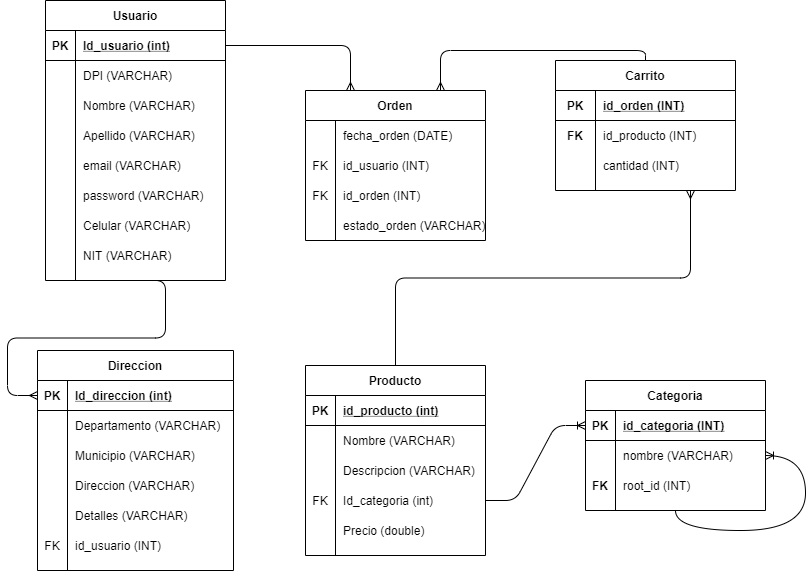
Before: Diagramas_y_Mockups/Diagrama_ER.png, a diagram exported from draw.io (elielbarrios/AyD_Proyecto_G5). Source tidied: cells renumbered, new cells last; positions are measured from the earlier drawing's top-left corner, leaving out a move shared by most shapes.
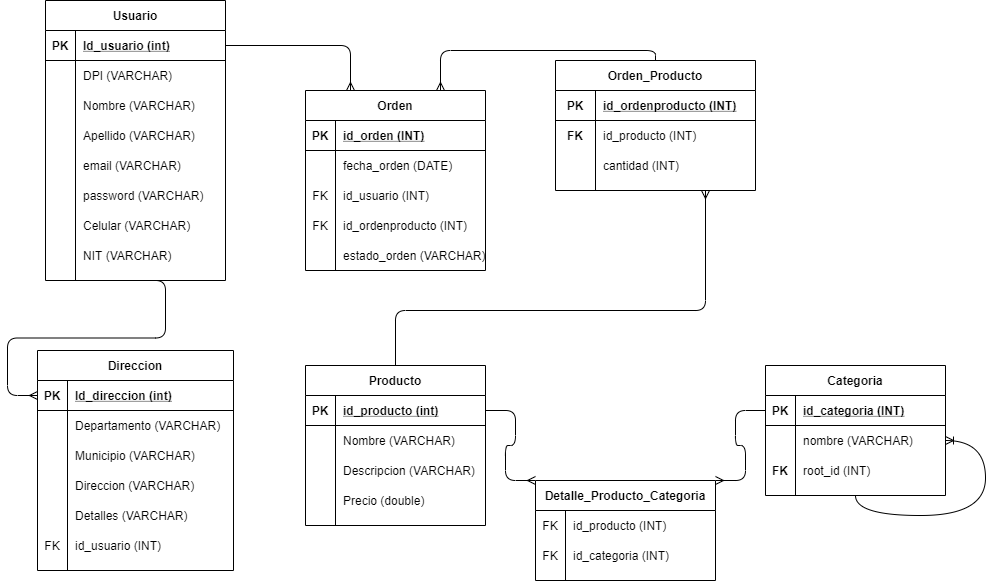
Later version of the same file.

Commit message:
Add Nuevo Diagrama

The edit, as a diff of the source:
```diff
@@ -80,14 +80,16 @@
     <mxCell id="27" style="edgeStyle=orthogonalEdgeStyle;fontSize=12;html=1;endArrow=ERmany;exitX=1;exitY=0.5;exitDx=0;exitDy=0;entryX=0.25;entryY=0;entryDx=0;entryDy=0;" parent="1" edge="1" source="3" target="67">
       <mxGeometry relative="1" as="geometry" />
     </mxCell>
-    <mxCell id="28" style="edgeStyle=entityRelationEdgeStyle;fontSize=12;html=1;endArrow=ERoneToMany;exitX=1;exitY=0.5;exitDx=0;exitDy=0;entryX=0;entryY=0.5;entryDx=0;entryDy=0;" parent="1" edge="1" source="61" target="91">
-      <mxGeometry relative="1" as="geometry" />
-    </mxCell>
     <mxCell id="29" style="edgeStyle=orthogonalEdgeStyle;fontSize=12;html=1;endArrow=ERmany;entryX=0.75;entryY=0;entryDx=0;entryDy=0;exitX=0.5;exitY=0;exitDx=0;exitDy=0;" parent="1" edge="1" source="80" target="67">
       <mxGeometry relative="1" as="geometry" />
     </mxCell>
     <mxCell id="30" style="edgeStyle=orthogonalEdgeStyle;fontSize=12;html=1;endArrow=ERmany;exitX=0.5;exitY=0;exitDx=0;exitDy=0;entryX=0.75;entryY=1;entryDx=0;entryDy=0;" parent="1" edge="1" source="51" target="80">
-      <mxGeometry relative="1" as="geometry" />
+      <mxGeometry relative="1" as="geometry">
+        <Array as="points">
+          <mxPoint x="358" y="310" />
+          <mxPoint x="668" y="310" />
+        </Array>
+      </mxGeometry>
     </mxCell>
     <mxCell id="31" style="edgeStyle=entityRelationEdgeStyle;fontSize=12;html=1;endArrow=ERmany;exitX=0.5;exitY=1;exitDx=0;exitDy=0;entryX=0;entryY=0.5;entryDx=0;entryDy=0;" parent="1" edge="1" source="2" target="33">
       <mxGeometry relative="1" as="geometry" />
@@ -150,7 +152,7 @@
       <mxGeometry x="30" width="166" height="30" as="geometry" />
     </mxCell>
     <mxCell id="51" value="Producto" style="shape=table;startSize=30;rowLines=0;fontStyle=1;align=center;" parent="1" vertex="1">
-      <mxGeometry x="268" y="365" width="180" height="190" as="geometry" />
+      <mxGeometry x="268" y="365" width="180" height="160" as="geometry" />
     </mxCell>
     <mxCell id="52" style="shape=partialRectangle;fillColor=none;top=0;left=0;bottom=1;right=0;points=[[0,0.5],[1,0.5]];portConstraint=eastwest;" parent="51" vertex="1">
       <mxGeometry y="30" width="180" height="30" as="geometry" />
@@ -179,17 +181,8 @@
     <mxCell id="60" value="Descripcion (VARCHAR)" style="shape=partialRectangle;fillColor=none;top=0;left=0;bottom=0;right=0;align=left;spacingLeft=6;overflow=hidden;" parent="58" vertex="1">
       <mxGeometry x="30" width="150" height="30" as="geometry" />
     </mxCell>
-    <mxCell id="61" style="shape=partialRectangle;fillColor=none;top=0;left=0;bottom=0;right=0;points=[[0,0.5],[1,0.5]];portConstraint=eastwest;" parent="51" vertex="1">
-      <mxGeometry y="120" width="180" height="30" as="geometry" />
-    </mxCell>
-    <mxCell id="62" value="FK" style="shape=partialRectangle;fillColor=none;top=0;left=0;bottom=0;right=0;overflow=hidden;" parent="61" vertex="1">
-      <mxGeometry width="30" height="30" as="geometry" />
-    </mxCell>
-    <mxCell id="63" value="Id_categoria (int)" style="shape=partialRectangle;fillColor=none;top=0;left=0;bottom=0;right=0;align=left;spacingLeft=6;overflow=hidden;" parent="61" vertex="1">
-      <mxGeometry x="30" width="150" height="30" as="geometry" />
-    </mxCell>
     <mxCell id="64" style="shape=partialRectangle;fillColor=none;top=0;left=0;bottom=0;right=0;" parent="51" vertex="1">
-      <mxGeometry y="150" width="180" height="30" as="geometry" />
+      <mxGeometry y="120" width="180" height="30" as="geometry" />
     </mxCell>
     <mxCell id="65" style="shape=partialRectangle;fillColor=none;top=0;left=0;bottom=0;right=0;overflow=hidden;" parent="64" vertex="1">
       <mxGeometry width="30" height="30" as="geometry" />
@@ -198,10 +191,19 @@
       <mxGeometry x="30" width="150" height="30" as="geometry" />
     </mxCell>
     <mxCell id="67" value="Orden" style="shape=table;startSize=30;rowLines=0;fontStyle=1;align=center;" parent="1" vertex="1">
-      <mxGeometry x="268" y="90" width="180" height="150" as="geometry" />
+      <mxGeometry x="268" y="90" width="180" height="180" as="geometry" />
     </mxCell>
+    <mxCell id="101" style="shape=partialRectangle;fillColor=none;top=0;left=0;bottom=1;right=0;" parent="67" vertex="1">
+      <mxGeometry y="30" width="180" height="30" as="geometry" />
+    </mxCell>
+    <mxCell id="102" value="PK" style="shape=partialRectangle;fillColor=none;top=0;left=0;bottom=0;right=0;fontStyle=1;overflow=hidden;" parent="101" vertex="1">
+      <mxGeometry width="30" height="30" as="geometry" />
+    </mxCell>
+    <mxCell id="103" value="id_orden (INT)" style="shape=partialRectangle;fillColor=none;top=0;left=0;bottom=0;right=0;align=left;spacingLeft=6;fontStyle=5;overflow=hidden;" parent="101" vertex="1">
+      <mxGeometry x="30" width="150" height="30" as="geometry" />
+    </mxCell>
     <mxCell id="68" style="shape=partialRectangle;fillColor=none;top=0;left=0;bottom=0;right=0;" parent="67" vertex="1">
-      <mxGeometry y="30" width="180" height="30" as="geometry" />
+      <mxGeometry y="60" width="180" height="30" as="geometry" />
     </mxCell>
     <mxCell id="69" style="shape=partialRectangle;fillColor=none;top=0;left=0;bottom=0;right=0;overflow=hidden;" parent="68" vertex="1">
       <mxGeometry width="30" height="30" as="geometry" />
@@ -210,7 +212,7 @@
       <mxGeometry x="30" width="150" height="30" as="geometry" />
     </mxCell>
     <mxCell id="71" style="shape=partialRectangle;fillColor=none;top=0;left=0;bottom=0;right=0;" parent="67" vertex="1">
-      <mxGeometry y="60" width="180" height="30" as="geometry" />
+      <mxGeometry y="90" width="180" height="30" as="geometry" />
     </mxCell>
     <mxCell id="72" value="FK" style="shape=partialRectangle;fillColor=none;top=0;left=0;bottom=0;right=0;fontStyle=0;overflow=hidden;" parent="71" vertex="1">
       <mxGeometry width="30" height="30" as="geometry" />
@@ -219,16 +221,16 @@
       <mxGeometry x="30" width="150" height="30" as="geometry" />
     </mxCell>
     <mxCell id="74" style="shape=partialRectangle;fillColor=none;top=0;left=0;bottom=0;right=0;" parent="67" vertex="1">
-      <mxGeometry y="90" width="180" height="30" as="geometry" />
+      <mxGeometry y="120" width="180" height="30" as="geometry" />
     </mxCell>
     <mxCell id="75" value="FK" style="shape=partialRectangle;fillColor=none;top=0;left=0;bottom=0;right=0;fontStyle=0;overflow=hidden;" parent="74" vertex="1">
       <mxGeometry width="30" height="30" as="geometry" />
     </mxCell>
-    <mxCell id="76" value="id_orden (INT)" style="shape=partialRectangle;fillColor=none;top=0;left=0;bottom=0;right=0;align=left;spacingLeft=6;fontStyle=0;overflow=hidden;" parent="74" vertex="1">
+    <mxCell id="76" value="id_ordenproducto (INT)" style="shape=partialRectangle;fillColor=none;top=0;left=0;bottom=0;right=0;align=left;spacingLeft=6;fontStyle=0;overflow=hidden;" parent="74" vertex="1">
       <mxGeometry x="30" width="150" height="30" as="geometry" />
     </mxCell>
     <mxCell id="77" style="shape=partialRectangle;fillColor=none;top=0;left=0;bottom=0;right=0;" parent="67" vertex="1">
-      <mxGeometry y="120" width="180" height="30" as="geometry" />
+      <mxGeometry y="150" width="180" height="30" as="geometry" />
     </mxCell>
     <mxCell id="78" style="shape=partialRectangle;fillColor=none;top=0;left=0;bottom=0;right=0;overflow=hidden;" parent="77" vertex="1">
       <mxGeometry width="30" height="30" as="geometry" />
@@ -236,38 +238,65 @@
     <mxCell id="79" value="estado_orden (VARCHAR)" style="shape=partialRectangle;fillColor=none;top=0;left=0;bottom=0;right=0;align=left;spacingLeft=6;overflow=hidden;" parent="77" vertex="1">
       <mxGeometry x="30" width="150" height="30" as="geometry" />
     </mxCell>
-    <mxCell id="80" value="Carrito" style="shape=table;startSize=30;rowLines=0;fontStyle=1;align=center;" parent="1" vertex="1">
-      <mxGeometry x="518" y="60" width="180" height="130" as="geometry" />
+    <mxCell id="80" value="Orden_Producto" style="shape=table;startSize=30;rowLines=0;fontStyle=1;align=center;" parent="1" vertex="1">
+      <mxGeometry x="518" y="60" width="200" height="130" as="geometry" />
     </mxCell>
     <mxCell id="81" style="shape=partialRectangle;fillColor=none;top=0;left=0;bottom=1;right=0;" parent="80" vertex="1">
-      <mxGeometry y="30" width="180" height="30" as="geometry" />
+      <mxGeometry y="30" width="200" height="30" as="geometry" />
     </mxCell>
     <mxCell id="82" value="PK" style="shape=partialRectangle;fillColor=none;top=0;left=0;bottom=0;right=0;fontStyle=1;overflow=hidden;" parent="81" vertex="1">
       <mxGeometry width="40" height="30" as="geometry" />
     </mxCell>
-    <mxCell id="83" value="id_orden (INT)" style="shape=partialRectangle;fillColor=none;top=0;left=0;bottom=0;right=0;align=left;spacingLeft=6;fontStyle=5;overflow=hidden;" parent="81" vertex="1">
-      <mxGeometry x="40" width="140" height="30" as="geometry" />
+    <mxCell id="83" value="id_ordenproducto (INT)" style="shape=partialRectangle;fillColor=none;top=0;left=0;bottom=0;right=0;align=left;spacingLeft=6;fontStyle=5;overflow=hidden;" parent="81" vertex="1">
+      <mxGeometry x="40" width="160" height="30" as="geometry" />
     </mxCell>
     <mxCell id="84" style="shape=partialRectangle;fillColor=none;top=0;left=0;bottom=0;right=0;" parent="80" vertex="1">
-      <mxGeometry y="60" width="180" height="30" as="geometry" />
+      <mxGeometry y="60" width="200" height="30" as="geometry" />
     </mxCell>
     <mxCell id="85" value="FK" style="shape=partialRectangle;fillColor=none;top=0;left=0;bottom=0;right=0;overflow=hidden;fontStyle=1;" parent="84" vertex="1">
       <mxGeometry width="40" height="30" as="geometry" />
     </mxCell>
     <mxCell id="86" value="id_producto (INT)" style="shape=partialRectangle;fillColor=none;top=0;left=0;bottom=0;right=0;align=left;spacingLeft=6;overflow=hidden;" parent="84" vertex="1">
-      <mxGeometry x="40" width="140" height="30" as="geometry" />
+      <mxGeometry x="40" width="160" height="30" as="geometry" />
     </mxCell>
     <mxCell id="87" style="shape=partialRectangle;fillColor=none;top=0;left=0;bottom=0;right=0;" parent="80" vertex="1">
-      <mxGeometry y="90" width="180" height="30" as="geometry" />
+      <mxGeometry y="90" width="200" height="30" as="geometry" />
     </mxCell>
     <mxCell id="88" style="shape=partialRectangle;fillColor=none;top=0;left=0;bottom=0;right=0;overflow=hidden;" parent="87" vertex="1">
       <mxGeometry width="40" height="30" as="geometry" />
     </mxCell>
     <mxCell id="89" value="cantidad (INT)" style="shape=partialRectangle;fillColor=none;top=0;left=0;bottom=0;right=0;align=left;spacingLeft=6;overflow=hidden;" parent="87" vertex="1">
-      <mxGeometry x="40" width="140" height="30" as="geometry" />
+      <mxGeometry x="40" width="160" height="30" as="geometry" />
     </mxCell>
+    <mxCell id="104" style="edgeStyle=entityRelationEdgeStyle;fontSize=12;html=1;endArrow=none;exitX=1;exitY=0;exitDx=0;exitDy=0;entryX=0;entryY=0.5;entryDx=0;entryDy=0;startArrow=ERmany;startFill=0;endFill=0;rounded=1;jumpStyle=none;sketch=0;" parent="1" edge="1" source="106" target="91">
+      <mxGeometry relative="1" as="geometry" />
+    </mxCell>
+    <mxCell id="105" style="edgeStyle=entityRelationEdgeStyle;fontSize=12;html=1;endArrow=ERmany;exitX=1;exitY=0.5;exitDx=0;exitDy=0;entryX=0;entryY=0;entryDx=0;entryDy=0;" parent="1" edge="1" source="52" target="106">
+      <mxGeometry relative="1" as="geometry" />
+    </mxCell>
+    <mxCell id="106" value="Detalle_Producto_Categoria" style="shape=table;startSize=30;rowLines=0;fontStyle=1;align=center;" parent="1" vertex="1">
+      <mxGeometry x="498" y="480" width="180" height="100" as="geometry" />
+    </mxCell>
+    <mxCell id="107" style="shape=partialRectangle;fillColor=none;top=0;left=0;bottom=0;right=0;" parent="106" vertex="1">
+      <mxGeometry y="30" width="180" height="30" as="geometry" />
+    </mxCell>
+    <mxCell id="108" value="FK" style="shape=partialRectangle;fillColor=none;top=0;left=0;bottom=0;right=0;fontStyle=0;overflow=hidden;" parent="107" vertex="1">
+      <mxGeometry width="30" height="30" as="geometry" />
+    </mxCell>
+    <mxCell id="109" value="id_producto (INT)" style="shape=partialRectangle;fillColor=none;top=0;left=0;bottom=0;right=0;align=left;spacingLeft=6;fontStyle=0;overflow=hidden;" parent="107" vertex="1">
+      <mxGeometry x="30" width="150" height="30" as="geometry" />
+    </mxCell>
+    <mxCell id="110" style="shape=partialRectangle;fillColor=none;top=0;left=0;bottom=0;right=0;" parent="106" vertex="1">
+      <mxGeometry y="60" width="180" height="30" as="geometry" />
+    </mxCell>
+    <mxCell id="111" value="FK" style="shape=partialRectangle;fillColor=none;top=0;left=0;bottom=0;right=0;fontStyle=0;overflow=hidden;" parent="110" vertex="1">
+      <mxGeometry width="30" height="30" as="geometry" />
+    </mxCell>
+    <mxCell id="112" value="id_categoria (INT)" style="shape=partialRectangle;fillColor=none;top=0;left=0;bottom=0;right=0;align=left;spacingLeft=6;fontStyle=0;overflow=hidden;" parent="110" vertex="1">
+      <mxGeometry x="30" width="150" height="30" as="geometry" />
+    </mxCell>
     <mxCell id="90" value="Categoria" style="shape=table;startSize=30;rowLines=0;fontStyle=1;align=center;" parent="1" vertex="1">
-      <mxGeometry x="548" y="380" width="180" height="130" as="geometry" />
+      <mxGeometry x="728" y="365" width="180" height="130" as="geometry" />
     </mxCell>
     <mxCell id="91" style="shape=partialRectangle;fillColor=none;top=0;left=0;bottom=1;right=0;points=[[0,0.5],[1,0.5]];portConstraint=eastwest;" parent="90" vertex="1">
       <mxGeometry y="30" width="180" height="30" as="geometry" />
```
